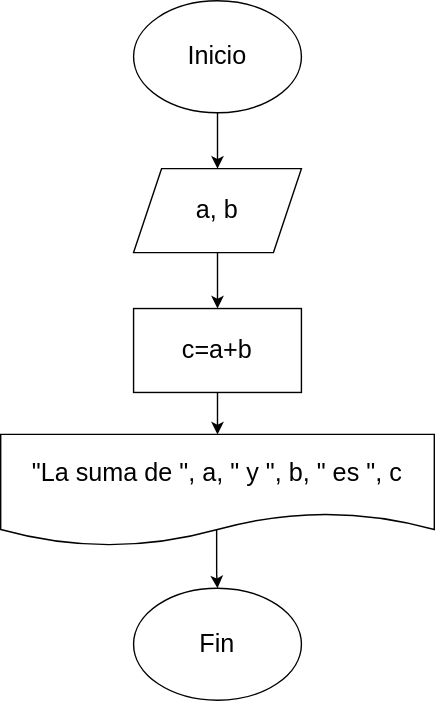
jesus-castro89/fund_prog keeps this draw.io diagram as Writerside/images/algoritmo1.svg. Above is the earlier version. Source tidied: cells renumbered, new cells last; positions are measured from the earlier drawing's top-left corner, leaving out a move shared by most shapes. Source of this version:
```xml
<mxGraphModel>
  <root>
    <mxCell id="0" />
    <mxCell id="1" parent="0" />
    <mxCell id="2" style="edgeStyle=orthogonalEdgeStyle;rounded=0;jettySize=auto;html=1;fontSize=13;" parent="1" edge="1" source="3" target="5">
      <mxGeometry relative="1" as="geometry" />
    </mxCell>
    <mxCell id="3" value="Inicio" style="ellipse;whiteSpace=wrap;html=1;fontSize=18;" parent="1" vertex="1">
      <mxGeometry x="95" width="120" height="80" as="geometry" />
    </mxCell>
    <mxCell id="4" style="edgeStyle=orthogonalEdgeStyle;rounded=0;jettySize=auto;html=1;fontSize=13;" parent="1" edge="1" source="5" target="7">
      <mxGeometry relative="1" as="geometry" />
    </mxCell>
    <mxCell id="5" value="a, b" style="shape=parallelogram;perimeter=parallelogramPerimeter;whiteSpace=wrap;html=1;fixedSize=1;fontSize=18;" parent="1" vertex="1">
      <mxGeometry x="95" y="120" width="120" height="60" as="geometry" />
    </mxCell>
    <mxCell id="6" style="edgeStyle=orthogonalEdgeStyle;rounded=0;jettySize=auto;html=1;fontSize=13;" parent="1" edge="1" source="7" target="9">
      <mxGeometry relative="1" as="geometry" />
    </mxCell>
    <mxCell id="7" value="c=a+b" style="whiteSpace=wrap;html=1;fontSize=18;" parent="1" vertex="1">
      <mxGeometry x="95" y="220" width="120" height="60" as="geometry" />
    </mxCell>
    <mxCell id="8" style="edgeStyle=orthogonalEdgeStyle;rounded=0;jettySize=auto;html=1;entryX=0.5;entryY=0;entryDx=0;entryDy=0;exitX=0.498;exitY=0.85;exitDx=0;exitDy=0;exitPerimeter=0;fontSize=13;" parent="1" edge="1" source="9" target="10">
      <mxGeometry relative="1" as="geometry" />
    </mxCell>
    <mxCell id="9" value="&quot;La suma de &quot;, a, &quot; y &quot;, b, &quot; es &quot;, c" style="shape=document;whiteSpace=wrap;html=1;boundedLbl=1;fontSize=18;" parent="1" vertex="1">
      <mxGeometry y="310" width="310" height="80" as="geometry" />
    </mxCell>
    <mxCell id="10" value="Fin" style="ellipse;whiteSpace=wrap;html=1;fontSize=18;" parent="1" vertex="1">
      <mxGeometry x="95" y="420" width="120" height="80" as="geometry" />
    </mxCell>
  </root>
</mxGraphModel>
```
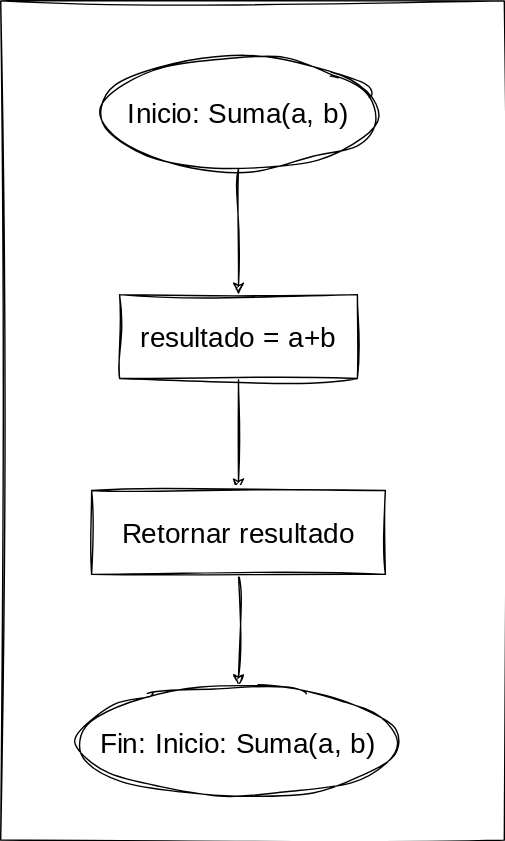
After the change.

The edit, as a diff of the source:
```diff
@@ -2,32 +2,30 @@
   <root>
     <mxCell id="0" />
     <mxCell id="1" parent="0" />
-    <mxCell id="2" style="edgeStyle=orthogonalEdgeStyle;rounded=0;jettySize=auto;html=1;fontSize=13;" parent="1" edge="1" source="3" target="5">
-      <mxGeometry relative="1" as="geometry" />
-    </mxCell>
-    <mxCell id="3" value="Inicio" style="ellipse;whiteSpace=wrap;html=1;fontSize=18;" parent="1" vertex="1">
-      <mxGeometry x="95" width="120" height="80" as="geometry" />
-    </mxCell>
-    <mxCell id="4" style="edgeStyle=orthogonalEdgeStyle;rounded=0;jettySize=auto;html=1;fontSize=13;" parent="1" edge="1" source="5" target="7">
-      <mxGeometry relative="1" as="geometry" />
-    </mxCell>
-    <mxCell id="5" value="a, b" style="shape=parallelogram;perimeter=parallelogramPerimeter;whiteSpace=wrap;html=1;fixedSize=1;fontSize=18;" parent="1" vertex="1">
-      <mxGeometry x="95" y="120" width="120" height="60" as="geometry" />
-    </mxCell>
-    <mxCell id="6" style="edgeStyle=orthogonalEdgeStyle;rounded=0;jettySize=auto;html=1;fontSize=13;" parent="1" edge="1" source="7" target="9">
-      <mxGeometry relative="1" as="geometry" />
-    </mxCell>
-    <mxCell id="7" value="c=a+b" style="whiteSpace=wrap;html=1;fontSize=18;" parent="1" vertex="1">
-      <mxGeometry x="95" y="220" width="120" height="60" as="geometry" />
-    </mxCell>
-    <mxCell id="8" style="edgeStyle=orthogonalEdgeStyle;rounded=0;jettySize=auto;html=1;entryX=0.5;entryY=0;entryDx=0;entryDy=0;exitX=0.498;exitY=0.85;exitDx=0;exitDy=0;exitPerimeter=0;fontSize=13;" parent="1" edge="1" source="9" target="10">
-      <mxGeometry relative="1" as="geometry" />
-    </mxCell>
-    <mxCell id="9" value="&quot;La suma de &quot;, a, &quot; y &quot;, b, &quot; es &quot;, c" style="shape=document;whiteSpace=wrap;html=1;boundedLbl=1;fontSize=18;" parent="1" vertex="1">
-      <mxGeometry y="310" width="310" height="80" as="geometry" />
-    </mxCell>
-    <mxCell id="10" value="Fin" style="ellipse;whiteSpace=wrap;html=1;fontSize=18;" parent="1" vertex="1">
-      <mxGeometry x="95" y="420" width="120" height="80" as="geometry" />
-    </mxCell>
+    <mxCell id="11" value="Diagrama" parent="0" />
+    <mxCell id="12" style="rounded=0;whiteSpace=wrap;html=1;sketch=1;hachureGap=4;jiggle=2;curveFitting=1;fontFamily=Architects Daughter;fontSource=https%3A%2F%2Ffonts.googleapis.com%2Fcss%3Ffamily%3DArchitects%2BDaughter;fontSize=20;" parent="11" vertex="1">
+      <mxGeometry x="-99" y="40" width="360" height="600" as="geometry" />
+    </mxCell>
+    <mxCell id="13" style="edgeStyle=orthogonalEdgeStyle;rounded=0;sketch=1;hachureGap=4;jiggle=2;curveFitting=1;jettySize=auto;html=1;fontFamily=Architects Daughter;fontSource=https%3A%2F%2Ffonts.googleapis.com%2Fcss%3Ffamily%3DArchitects%2BDaughter;fontSize=16;" parent="11" edge="1" source="14" target="16">
+      <mxGeometry relative="1" as="geometry" />
+    </mxCell>
+    <mxCell id="14" value="Inicio: Suma(a, b)" style="ellipse;whiteSpace=wrap;html=1;sketch=1;hachureGap=4;jiggle=2;curveFitting=1;fontFamily=Architects Daughter;fontSource=https%3A%2F%2Ffonts.googleapis.com%2Fcss%3Ffamily%3DArchitects%2BDaughter;fontSize=20;" parent="11" vertex="1">
+      <mxGeometry x="-29" y="80" width="200" height="80" as="geometry" />
+    </mxCell>
+    <mxCell id="15" style="edgeStyle=orthogonalEdgeStyle;rounded=0;sketch=1;hachureGap=4;jiggle=2;curveFitting=1;jettySize=auto;html=1;fontFamily=Architects Daughter;fontSource=https%3A%2F%2Ffonts.googleapis.com%2Fcss%3Ffamily%3DArchitects%2BDaughter;fontSize=16;" parent="11" edge="1" source="16" target="18">
+      <mxGeometry relative="1" as="geometry" />
+    </mxCell>
+    <mxCell id="16" value="resultado = a+b" style="whiteSpace=wrap;html=1;fontSize=20;fontFamily=Architects Daughter;sketch=1;hachureGap=4;jiggle=2;curveFitting=1;fontSource=https%3A%2F%2Ffonts.googleapis.com%2Fcss%3Ffamily%3DArchitects%2BDaughter;" parent="11" vertex="1">
+      <mxGeometry x="-14" y="250" width="170" height="60" as="geometry" />
+    </mxCell>
+    <mxCell id="17" style="edgeStyle=orthogonalEdgeStyle;rounded=0;sketch=1;hachureGap=4;jiggle=2;curveFitting=1;jettySize=auto;html=1;entryX=0.5;entryY=0;entryDx=0;entryDy=0;fontFamily=Architects Daughter;fontSource=https%3A%2F%2Ffonts.googleapis.com%2Fcss%3Ffamily%3DArchitects%2BDaughter;fontSize=16;" parent="11" edge="1" source="18" target="19">
+      <mxGeometry relative="1" as="geometry" />
+    </mxCell>
+    <mxCell id="18" value="Retornar resultado" style="whiteSpace=wrap;html=1;fontSize=20;fontFamily=Architects Daughter;sketch=1;hachureGap=4;jiggle=2;curveFitting=1;fontSource=https%3A%2F%2Ffonts.googleapis.com%2Fcss%3Ffamily%3DArchitects%2BDaughter;" parent="11" vertex="1">
+      <mxGeometry x="-34" y="390" width="210" height="60" as="geometry" />
+    </mxCell>
+    <mxCell id="19" value="Fin: Inicio: Suma(a, b)" style="ellipse;whiteSpace=wrap;html=1;sketch=1;hachureGap=4;jiggle=2;curveFitting=1;fontFamily=Architects Daughter;fontSource=https%3A%2F%2Ffonts.googleapis.com%2Fcss%3Ffamily%3DArchitects%2BDaughter;fontSize=20;" parent="11" vertex="1">
+      <mxGeometry x="-44" y="530" width="230" height="80" as="geometry" />
+    </mxCell>
   </root>
 </mxGraphModel>
```
